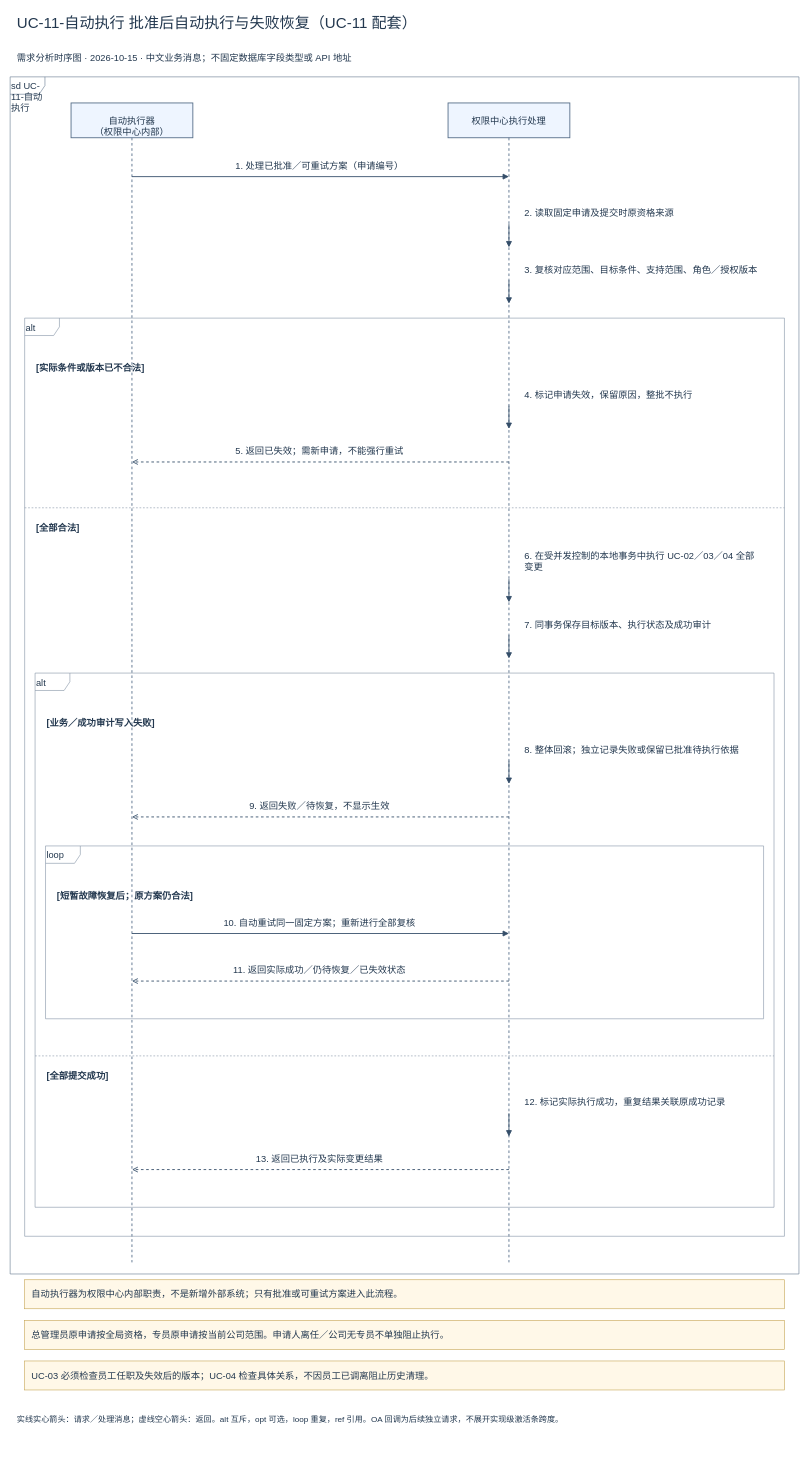
Above: page "UC-11-自动执行 批准后自动执行与失败恢复（UC-11 配套）" (2 of 2) of docs/sequences-v1/UC-11_接收审批结果并执行权限变更_时序图.drawio in Noah-hope/RBAC-admin (draw.io), before the change. Source tidied: cells renumbered, new cells numbered last; positions are measured from the earlier drawing's top-left corner, leaving out a move shared by most shapes. Both pictures are drawn from the tidied source at 58%, with x=0, y=0 at pixel (10, 10).
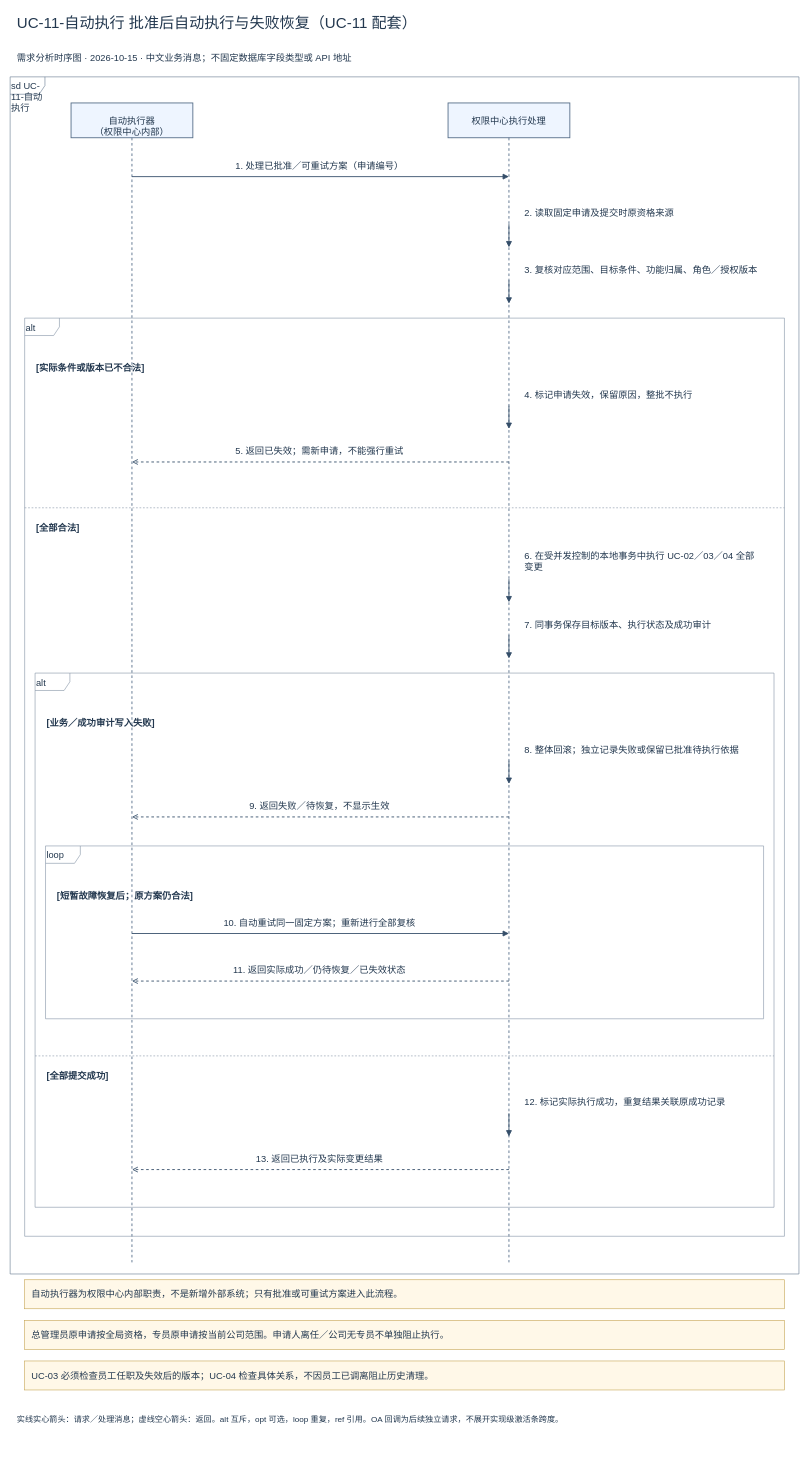
After the change.

Diff of the diagram source:
```diff
@@
-    <mxCell id="22" value="3. 复核对应范围、目标条件、支持范围、角色／授权版本" style="html=1;fontFamily=Microsoft YaHei;fontSize=16;fontColor=#23384f;text;align=left;verticalAlign=middle;fillColor=#ffffff;strokeColor=none;" parent="1" vertex="1">
+    <mxCell id="22" value="3. 复核对应范围、目标条件、功能归属、角色／授权版本" style="html=1;fontFamily=Microsoft YaHei;fontSize=16;fontColor=#23384f;text;align=left;verticalAlign=middle;fillColor=#ffffff;strokeColor=none;" parent="1" vertex="1">
       <mxGeometry x="885" y="435" width="410" height="24" as="geometry" />
     </mxCell>
```
